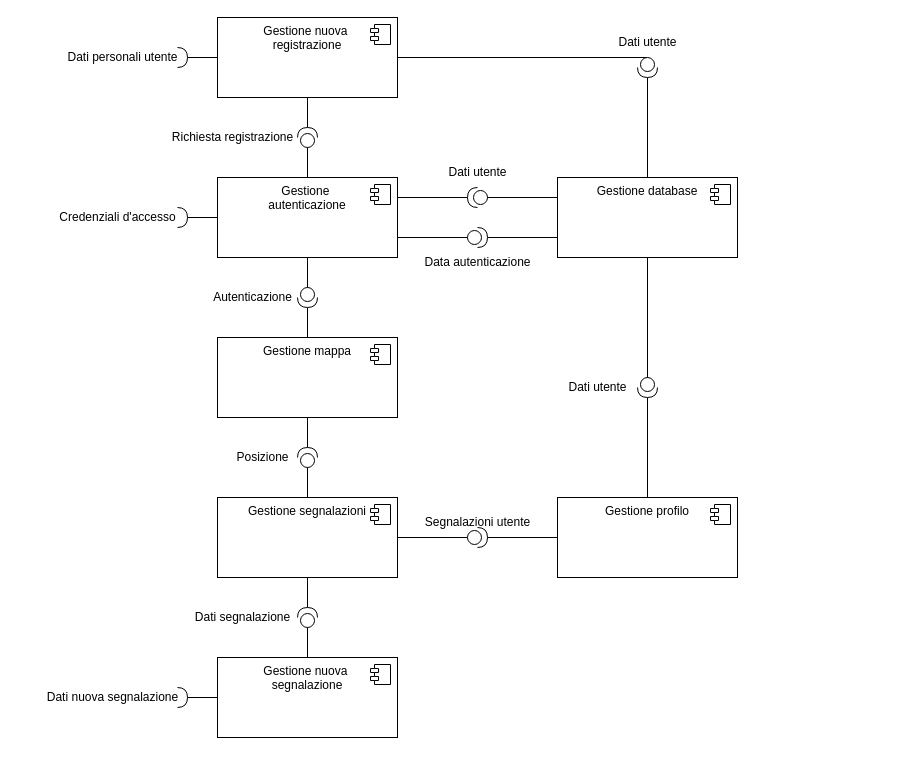
This is page "Pagina-14" (14 of 14) of Copia di IS.drawio from LucaBarbolini/Prova1, a draw.io file, before an edit. Source tidied: cells renumbered, new cells numbered last; positions are measured from the earlier drawing's top-left corner, leaving out a move shared by most shapes. Both pictures are drawn from the tidied source at 100%, with x=0, y=0 at pixel (37, 17).
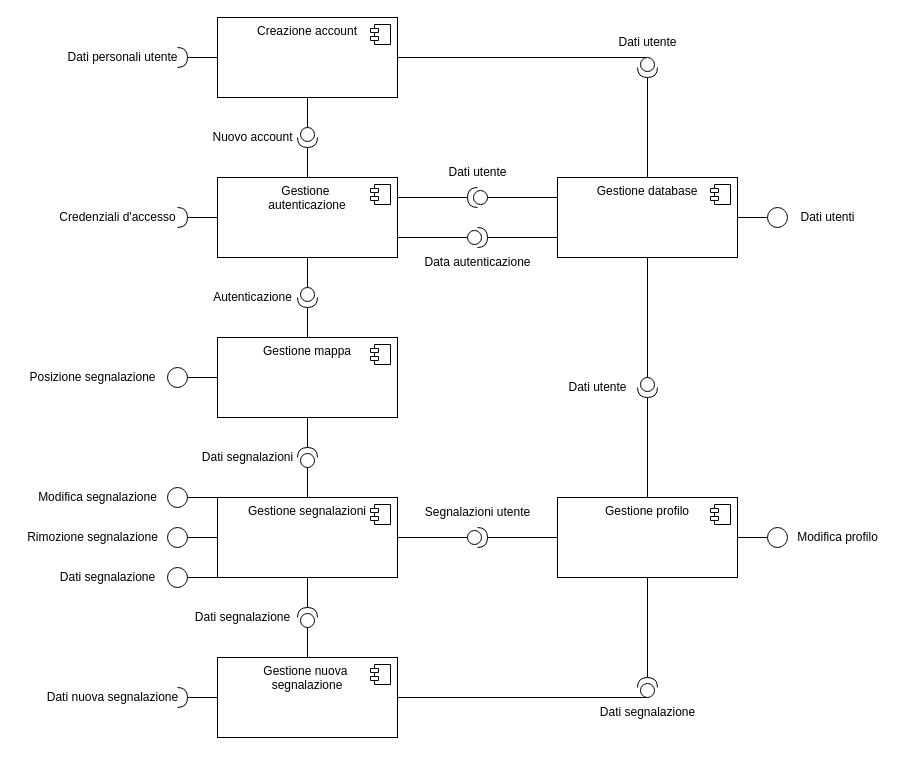
Above is the later version.

The change refers to these unchanged cells:
```xml
<mxCell id="46" value="Gestione database" style="html=1;whiteSpace=wrap;strokeColor=default;align=center;verticalAlign=top;fontFamily=Helvetica;fontSize=12;fontColor=default;fillColor=default;" parent="1" vertex="1">
  <mxGeometry x="520" y="160" width="180" height="80" as="geometry" />
</mxCell>
<mxCell id="48" value="Gestione profilo" style="html=1;whiteSpace=wrap;strokeColor=default;align=center;verticalAlign=top;fontFamily=Helvetica;fontSize=12;fontColor=default;fillColor=default;" parent="1" vertex="1">
  <mxGeometry x="520" y="480" width="180" height="80" as="geometry" />
</mxCell>
<mxCell id="50" value="Gestione segnalazioni" style="html=1;whiteSpace=wrap;strokeColor=default;align=center;verticalAlign=top;fontFamily=Helvetica;fontSize=12;fontColor=default;fillColor=default;" parent="1" vertex="1">
  <mxGeometry x="180" y="480" width="180" height="80" as="geometry" />
</mxCell>
<mxCell id="52" value="Gestione mappa" style="html=1;whiteSpace=wrap;strokeColor=default;align=center;verticalAlign=top;fontFamily=Helvetica;fontSize=12;fontColor=default;fillColor=default;" parent="1" vertex="1">
  <mxGeometry x="180" y="320" width="180" height="80" as="geometry" />
</mxCell>
<mxCell id="54" value="Gestione&amp;nbsp;&lt;div&gt;autenticazione&lt;/div&gt;" style="html=1;whiteSpace=wrap;strokeColor=default;align=center;verticalAlign=top;fontFamily=Helvetica;fontSize=12;fontColor=default;fillColor=default;" parent="1" vertex="1">
  <mxGeometry x="180" y="160" width="180" height="80" as="geometry" />
</mxCell>
<mxCell id="56" value="Gestione nuova&amp;nbsp;&lt;div&gt;segnalazione&lt;/div&gt;" style="html=1;whiteSpace=wrap;strokeColor=default;align=center;verticalAlign=top;fontFamily=Helvetica;fontSize=12;fontColor=default;fillColor=default;" parent="1" vertex="1">
  <mxGeometry x="180" y="640" width="180" height="80" as="geometry" />
</mxCell>
```

Change to the diagram source:
```diff
@@
-    <mxCell id="15" style="shape=providedRequiredInterface;html=1;verticalLabelPosition=bottom;sketch=0;strokeColor=default;align=center;verticalAlign=top;fontFamily=Helvetica;fontSize=12;fontColor=default;fillColor=default;direction=north;" parent="1" vertex="1">
+    <mxCell id="15" style="shape=providedRequiredInterface;html=1;verticalLabelPosition=bottom;sketch=0;strokeColor=default;align=center;verticalAlign=top;fontFamily=Helvetica;fontSize=12;fontColor=default;fillColor=default;direction=south;" parent="1" vertex="1">
       <mxGeometry x="260" y="110" width="20" height="20" as="geometry" />
     </mxCell>
-    <mxCell id="16" style="endArrow=none;html=1;rounded=0;fontFamily=Helvetica;fontSize=12;fontColor=default;exitX=0.5;exitY=0;exitDx=0;exitDy=0;entryX=0;entryY=0.5;entryDx=0;entryDy=0;entryPerimeter=0;" parent="1" edge="1" source="54" target="15">
+    <mxCell id="16" style="endArrow=none;html=1;rounded=0;fontFamily=Helvetica;fontSize=12;fontColor=default;exitX=0.5;exitY=0;exitDx=0;exitDy=0;entryX=1;entryY=0.5;entryDx=0;entryDy=0;entryPerimeter=0;" parent="1" edge="1" source="54" target="15">
       <mxGeometry relative="1" as="geometry" />
     </mxCell>
-    <mxCell id="17" style="endArrow=none;html=1;rounded=0;fontFamily=Helvetica;fontSize=12;fontColor=default;exitX=0.5;exitY=1;exitDx=0;exitDy=0;entryX=1;entryY=0.5;entryDx=0;entryDy=0;entryPerimeter=0;" parent="1" edge="1" source="58" target="15">
+    <mxCell id="17" style="endArrow=none;html=1;rounded=0;fontFamily=Helvetica;fontSize=12;fontColor=default;exitX=0.5;exitY=1;exitDx=0;exitDy=0;entryX=0;entryY=0.5;entryDx=0;entryDy=0;entryPerimeter=0;" parent="1" edge="1" source="58" target="15">
       <mxGeometry relative="1" as="geometry" />
     </mxCell>
@@
-    <mxCell id="28" value="Richiesta registrazione" style="text;html=1;align=center;verticalAlign=middle;strokeColor=none;fillColor=none;fontFamily=Helvetica;fontSize=12;fontColor=default;" parent="1" vertex="1">
-      <mxGeometry x="125" y="105" width="140" height="30" as="geometry" />
+    <mxCell id="28" value="Nuovo account" style="text;html=1;align=center;verticalAlign=middle;strokeColor=none;fillColor=none;fontFamily=Helvetica;fontSize=12;fontColor=default;" parent="1" vertex="1">
+      <mxGeometry x="165" y="105" width="100" height="30" as="geometry" />
     </mxCell>
@@
-    <mxCell id="37" value="Posizione" style="text;html=1;align=center;verticalAlign=middle;strokeColor=none;fillColor=none;fontFamily=Helvetica;fontSize=12;fontColor=default;" parent="1" vertex="1">
-      <mxGeometry x="185" y="425" width="80" height="30" as="geometry" />
+    <mxCell id="37" value="Dati segnalazioni" style="text;html=1;align=center;verticalAlign=middle;strokeColor=none;fillColor=none;fontFamily=Helvetica;fontSize=12;fontColor=default;" parent="1" vertex="1">
+      <mxGeometry x="155" y="425" width="110" height="30" as="geometry" />
     </mxCell>
@@
     <mxCell id="41" value="Segnalazioni utente" style="text;html=1;align=center;verticalAlign=middle;strokeColor=none;fillColor=none;fontFamily=Helvetica;fontSize=12;fontColor=default;" parent="1" vertex="1">
-      <mxGeometry x="375" y="490" width="130" height="30" as="geometry" />
+      <mxGeometry x="375" y="480" width="130" height="30" as="geometry" />
     </mxCell>
@@
-    <mxCell id="58" value="Gestione nuova&amp;nbsp;&lt;div&gt;registrazione&lt;/div&gt;" style="html=1;whiteSpace=wrap;strokeColor=default;align=center;verticalAlign=top;fontFamily=Helvetica;fontSize=12;fontColor=default;fillColor=default;" parent="1" vertex="1">
+    <mxCell id="58" value="Creazione account" style="html=1;whiteSpace=wrap;strokeColor=default;align=center;verticalAlign=top;fontFamily=Helvetica;fontSize=12;fontColor=default;fillColor=default;" parent="1" vertex="1">
       <mxGeometry x="180" width="180" height="80" as="geometry" />
     </mxCell>
@@
+    <mxCell id="63" value="Modifica segnalazione" style="text;html=1;align=center;verticalAlign=middle;strokeColor=none;fillColor=none;" parent="1" vertex="1">
+      <mxGeometry x="-10" y="465" width="140" height="30" as="geometry" />
+    </mxCell>
+    <mxCell id="64" style="endArrow=none;html=1;rounded=0;exitX=1;exitY=0.5;exitDx=0;exitDy=0;exitPerimeter=0;entryX=0;entryY=0;entryDx=0;entryDy=0;" parent="1" edge="1" target="50">
+      <mxGeometry relative="1" as="geometry">
+        <mxPoint x="150" y="480" as="sourcePoint" />
+      </mxGeometry>
+    </mxCell>
+    <mxCell id="65" style="endArrow=none;html=1;rounded=0;entryX=0;entryY=0.5;entryDx=0;entryDy=0;exitX=1;exitY=0.5;exitDx=0;exitDy=0;exitPerimeter=0;" parent="1" edge="1" target="50">
+      <mxGeometry relative="1" as="geometry">
+        <mxPoint x="150" y="520" as="sourcePoint" />
+      </mxGeometry>
+    </mxCell>
+    <mxCell id="66" value="Rimozione segnalazione" style="text;html=1;align=center;verticalAlign=middle;strokeColor=none;fillColor=none;" parent="1" vertex="1">
+      <mxGeometry x="-20" y="505" width="150" height="30" as="geometry" />
+    </mxCell>
+    <mxCell id="67" style="endArrow=none;html=1;rounded=0;entryX=1;entryY=0.5;entryDx=0;entryDy=0;entryPerimeter=0;exitX=0;exitY=1;exitDx=0;exitDy=0;" parent="1" edge="1" source="50">
+      <mxGeometry relative="1" as="geometry">
+        <mxPoint x="150" y="560" as="targetPoint" />
+      </mxGeometry>
+    </mxCell>
+    <mxCell id="68" value="Dati segnalazione" style="text;html=1;align=center;verticalAlign=middle;strokeColor=none;fillColor=none;" parent="1" vertex="1">
+      <mxGeometry x="10" y="545" width="120" height="30" as="geometry" />
+    </mxCell>
+    <mxCell id="69" style="endArrow=none;html=1;rounded=0;exitX=1;exitY=0.5;exitDx=0;exitDy=0;entryX=1;entryY=0.5;entryDx=0;entryDy=0;entryPerimeter=0;" parent="1" edge="1" source="48">
+      <mxGeometry relative="1" as="geometry">
+        <mxPoint x="730" y="520" as="targetPoint" />
+      </mxGeometry>
+    </mxCell>
+    <mxCell id="70" value="Modifica profilo" style="text;html=1;align=center;verticalAlign=middle;strokeColor=none;fillColor=none;" parent="1" vertex="1">
+      <mxGeometry x="750" y="505" width="100" height="30" as="geometry" />
+    </mxCell>
+    <mxCell id="71" style="endArrow=none;html=1;rounded=0;entryX=0;entryY=0.5;entryDx=0;entryDy=0;exitX=1;exitY=0.5;exitDx=0;exitDy=0;exitPerimeter=0;" parent="1" edge="1" source="77" target="52">
+      <mxGeometry relative="1" as="geometry" />
+    </mxCell>
+    <mxCell id="72" value="Posizione segnalazione" style="text;html=1;align=center;verticalAlign=middle;strokeColor=none;fillColor=none;" parent="1" vertex="1">
+      <mxGeometry x="-20" y="345" width="150" height="30" as="geometry" />
+    </mxCell>
+    <mxCell id="73" style="ellipse;whiteSpace=wrap;html=1;" parent="1" vertex="1">
+      <mxGeometry x="130" y="470" width="20" height="20" as="geometry" />
+    </mxCell>
+    <mxCell id="74" style="ellipse;whiteSpace=wrap;html=1;" parent="1" vertex="1">
+      <mxGeometry x="130" y="510" width="20" height="20" as="geometry" />
+    </mxCell>
+    <mxCell id="75" style="ellipse;whiteSpace=wrap;html=1;" parent="1" vertex="1">
+      <mxGeometry x="130" y="550" width="20" height="20" as="geometry" />
+    </mxCell>
+    <mxCell id="76" style="endArrow=none;html=1;rounded=0;entryX=0;entryY=0.5;entryDx=0;entryDy=0;exitX=1;exitY=0.5;exitDx=0;exitDy=0;exitPerimeter=0;" parent="1" edge="1" target="77">
+      <mxGeometry relative="1" as="geometry">
+        <mxPoint x="150" y="360" as="sourcePoint" />
+      </mxGeometry>
+    </mxCell>
+    <mxCell id="77" style="ellipse;whiteSpace=wrap;html=1;" parent="1" vertex="1">
+      <mxGeometry x="130" y="350" width="20" height="20" as="geometry" />
+    </mxCell>
+    <mxCell id="78" style="ellipse;whiteSpace=wrap;html=1;" parent="1" vertex="1">
+      <mxGeometry x="730" y="510" width="20" height="20" as="geometry" />
+    </mxCell>
+    <mxCell id="79" style="endArrow=none;html=1;rounded=0;entryX=0.5;entryY=1;entryDx=0;entryDy=0;exitX=1;exitY=0.5;exitDx=0;exitDy=0;exitPerimeter=0;" parent="1" edge="1" source="81" target="48">
+      <mxGeometry relative="1" as="geometry" />
+    </mxCell>
+    <mxCell id="80" style="endArrow=none;html=1;rounded=0;exitX=1;exitY=0.5;exitDx=0;exitDy=0;entryX=0;entryY=0.5;entryDx=0;entryDy=0;entryPerimeter=0;" parent="1" edge="1" source="56" target="81">
+      <mxGeometry relative="1" as="geometry" />
+    </mxCell>
+    <mxCell id="81" style="shape=providedRequiredInterface;html=1;verticalLabelPosition=bottom;sketch=0;strokeColor=default;align=center;verticalAlign=top;fontFamily=Helvetica;fontSize=12;fontColor=default;fillColor=default;direction=north;" parent="1" vertex="1">
+      <mxGeometry x="600" y="660" width="20" height="20" as="geometry" />
+    </mxCell>
+    <mxCell id="82" value="Dati segnalazione" style="text;html=1;align=center;verticalAlign=middle;strokeColor=none;fillColor=none;fontFamily=Helvetica;fontSize=12;fontColor=default;" parent="1" vertex="1">
+      <mxGeometry x="550" y="680" width="120" height="30" as="geometry" />
+    </mxCell>
+    <mxCell id="83" style="ellipse;whiteSpace=wrap;html=1;" parent="1" vertex="1">
+      <mxGeometry x="730" y="190" width="20" height="20" as="geometry" />
+    </mxCell>
+    <mxCell id="84" value="Dati utenti" style="text;html=1;align=center;verticalAlign=middle;strokeColor=none;fillColor=none;" parent="1" vertex="1">
+      <mxGeometry x="750" y="185" width="80" height="30" as="geometry" />
+    </mxCell>
+    <mxCell id="85" style="endArrow=none;html=1;rounded=0;entryX=0;entryY=0.5;entryDx=0;entryDy=0;exitX=1;exitY=0.5;exitDx=0;exitDy=0;" parent="1" edge="1" source="46" target="83">
+      <mxGeometry relative="1" as="geometry" />
+    </mxCell>
```
